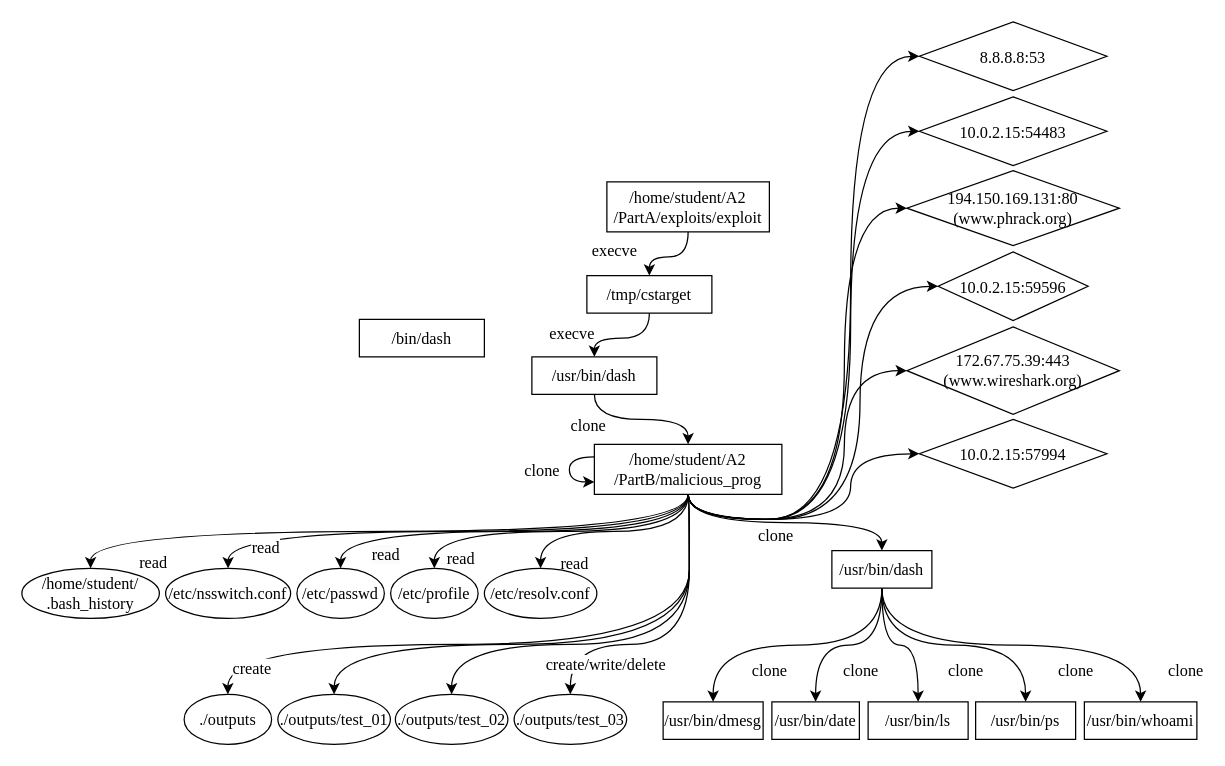
Before: syf-files/系统安全作业B.drawio in eclaircy/draw.io-repository, a draw.io diagram. Source tidied: cells renumbered, new cells numbered last; positions are measured from the earlier drawing's top-left corner, leaving out a move shared by most shapes. Both pictures are drawn from the tidied source at 125%, with x=0, y=0 at pixel (21, 21).
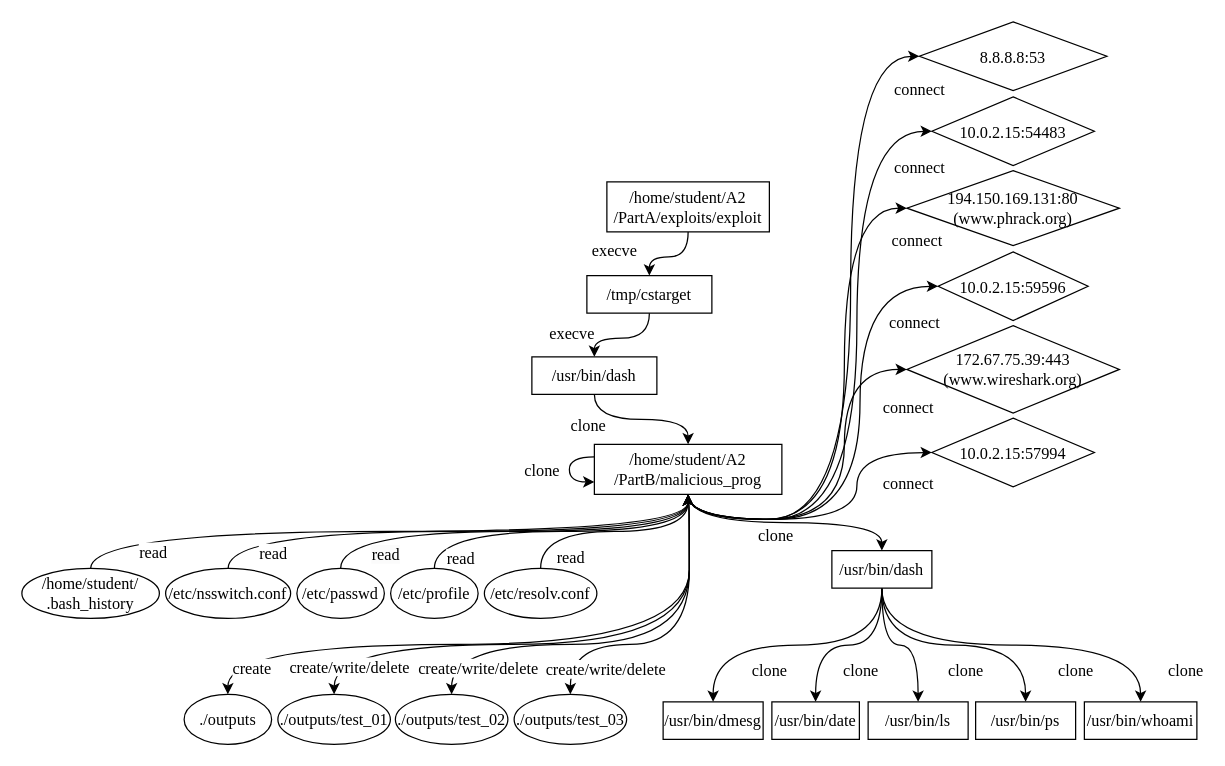
The same page after the edit.

Commit message:
更新系统安全作业B.drawio

Unchanged cells that the change refers to:
```xml
<mxCell id="2" style="edgeStyle=orthogonalEdgeStyle;rounded=0;jettySize=auto;html=1;exitX=0.5;exitY=1;exitDx=0;exitDy=0;entryX=0.5;entryY=0;entryDx=0;entryDy=0;curved=1;fontFamily=Times New Roman;fontSize=13;" parent="1" edge="1" source="26" target="38">
  <mxGeometry relative="1" as="geometry">
    <Array as="points">
      <mxPoint x="534" y="498" />
      <mxPoint x="439" y="498" />
    </Array>
  </mxGeometry>
</mxCell>
<mxCell id="16" style="edgeStyle=orthogonalEdgeStyle;rounded=0;jettySize=auto;html=1;exitX=0.5;exitY=1;exitDx=0;exitDy=0;curved=1;fontFamily=Times New Roman;fontSize=13;" parent="1" edge="1" source="26" target="37">
  <mxGeometry relative="1" as="geometry">
    <Array as="points">
      <mxPoint x="534" y="498" />
      <mxPoint x="344" y="498" />
    </Array>
  </mxGeometry>
</mxCell>
<mxCell id="17" style="edgeStyle=orthogonalEdgeStyle;rounded=0;jettySize=auto;html=1;exitX=0.5;exitY=1;exitDx=0;exitDy=0;entryX=0.5;entryY=0;entryDx=0;entryDy=0;curved=1;fontFamily=Times New Roman;fontSize=13;" parent="1" edge="1" source="26" target="27">
  <mxGeometry relative="1" as="geometry">
    <Array as="points">
      <mxPoint x="534" y="498" />
      <mxPoint x="250" y="498" />
    </Array>
  </mxGeometry>
</mxCell>
<mxCell id="20" style="edgeStyle=orthogonalEdgeStyle;rounded=0;jettySize=auto;html=1;exitX=0.5;exitY=1;exitDx=0;exitDy=0;entryX=0;entryY=0.5;entryDx=0;entryDy=0;curved=1;" parent="1" edge="1" source="26" target="62">
  <mxGeometry relative="1" as="geometry" />
</mxCell>
<mxCell id="21" style="edgeStyle=orthogonalEdgeStyle;rounded=0;jettySize=auto;html=1;exitX=0.5;exitY=1;exitDx=0;exitDy=0;entryX=0;entryY=0.5;entryDx=0;entryDy=0;curved=1;" parent="1" edge="1" source="26" target="63">
  <mxGeometry relative="1" as="geometry" />
</mxCell>
<mxCell id="22" style="edgeStyle=orthogonalEdgeStyle;rounded=0;jettySize=auto;html=1;exitX=0.5;exitY=1;exitDx=0;exitDy=0;entryX=0;entryY=0.5;entryDx=0;entryDy=0;curved=1;" parent="1" edge="1" source="26" target="64">
  <mxGeometry relative="1" as="geometry" />
</mxCell>
<mxCell id="23" style="edgeStyle=orthogonalEdgeStyle;rounded=0;jettySize=auto;html=1;exitX=0.5;exitY=1;exitDx=0;exitDy=0;entryX=0;entryY=0.5;entryDx=0;entryDy=0;curved=1;" parent="1" edge="1" source="26" target="67">
  <mxGeometry relative="1" as="geometry" />
</mxCell>
<mxCell id="24" style="edgeStyle=orthogonalEdgeStyle;rounded=0;jettySize=auto;html=1;exitX=0.5;exitY=1;exitDx=0;exitDy=0;entryX=0;entryY=0.5;entryDx=0;entryDy=0;curved=1;" parent="1" edge="1" source="26" target="68">
  <mxGeometry relative="1" as="geometry" />
</mxCell>
<mxCell id="25" style="edgeStyle=orthogonalEdgeStyle;rounded=0;jettySize=auto;html=1;exitX=0.5;exitY=1;exitDx=0;exitDy=0;entryX=0;entryY=0.5;entryDx=0;entryDy=0;curved=1;" parent="1" edge="1" source="26" target="69">
  <mxGeometry relative="1" as="geometry" />
</mxCell>
<mxCell id="26" value="&lt;font style=&quot;font-size: 13px;&quot;&gt;/home/student/A2&lt;br style=&quot;font-size: 13px;&quot;&gt;&lt;span style=&quot;background-color: initial; font-size: 13px;&quot;&gt;/PartB/&lt;/span&gt;malicious_prog&lt;/font&gt;" style="rounded=0;whiteSpace=wrap;html=1;fontFamily=Times New Roman;fontSize=13;" parent="1" vertex="1">
  <mxGeometry x="458" y="338" width="150" height="40" as="geometry" />
</mxCell>
<mxCell id="55" value="&lt;p class=&quot;MsoNormal&quot; style=&quot;font-size: 13px;&quot;&gt;&lt;span style=&quot;font-size: 13px;&quot;&gt;/etc/resolv.conf&lt;/span&gt;&lt;/p&gt;" style="ellipse;whiteSpace=wrap;html=1;fontFamily=Times New Roman;fontSize=13;" parent="1" vertex="1">
  <mxGeometry x="370" y="437.2" width="90" height="40" as="geometry" />
</mxCell>
<mxCell id="56" value="&lt;p class=&quot;MsoNormal&quot; style=&quot;font-size: 13px;&quot;&gt;&lt;span style=&quot;font-size: 13px;&quot;&gt;&lt;font style=&quot;font-size: 13px;&quot;&gt;/etc/profile&lt;/font&gt;&lt;/span&gt;&lt;/p&gt;" style="ellipse;whiteSpace=wrap;html=1;fontFamily=Times New Roman;fontSize=13;" parent="1" vertex="1">
  <mxGeometry x="295" y="437.2" width="70" height="40" as="geometry" />
</mxCell>
<mxCell id="57" value="&lt;p class=&quot;MsoNormal&quot; style=&quot;font-size: 13px;&quot;&gt;&lt;font style=&quot;font-size: 13px;&quot;&gt;&lt;span style=&quot;text-align: left; font-size: 13px;&quot;&gt;/home/student/&lt;br style=&quot;font-size: 13px;&quot;&gt;&lt;/span&gt;&lt;/font&gt;&lt;span style=&quot;background-color: initial; text-align: left; font-size: 13px;&quot;&gt;.bash_history&lt;/span&gt;&lt;/p&gt;" style="ellipse;whiteSpace=wrap;html=1;fontFamily=Times New Roman;fontSize=13;" parent="1" vertex="1">
  <mxGeometry y="437.2" width="110" height="40" as="geometry" />
</mxCell>
<mxCell id="60" value="&lt;p class=&quot;MsoNormal&quot; style=&quot;font-size: 13px;&quot;&gt;&lt;span style=&quot;font-size: 13px;&quot;&gt;&lt;font style=&quot;font-size: 13px;&quot;&gt;/etc/passwd&lt;/font&gt;&lt;/span&gt;&lt;/p&gt;" style="ellipse;whiteSpace=wrap;html=1;fontFamily=Times New Roman;fontSize=13;" parent="1" vertex="1">
  <mxGeometry x="220" y="437.2" width="70" height="40" as="geometry" />
</mxCell>
<mxCell id="61" value="&lt;p class=&quot;MsoNormal&quot; style=&quot;font-size: 13px;&quot;&gt;&lt;span style=&quot;text-align: left; font-size: 13px;&quot;&gt;&lt;font style=&quot;font-size: 13px;&quot;&gt;/etc/nsswitch.conf&lt;/font&gt;&lt;/span&gt;&lt;br style=&quot;font-size: 13px;&quot;&gt;&lt;/p&gt;" style="ellipse;whiteSpace=wrap;html=1;fontFamily=Times New Roman;fontSize=13;" parent="1" vertex="1">
  <mxGeometry x="115" y="437.2" width="100" height="40" as="geometry" />
</mxCell>
```

Diff of the diagram source:
```diff
@@
     <mxCell id="3" value="&lt;span style=&quot;font-size: 13px;&quot;&gt;create/write/delete&lt;/span&gt;" style="edgeLabel;html=1;align=center;verticalAlign=middle;fontFamily=Times New Roman;fontSize=13;" parent="2" vertex="1">
       <mxGeometry x="0.62" y="3" relative="1" as="geometry">
-        <mxPoint x="19" y="12" as="offset" />
+        <mxPoint x="19" y="16" as="offset" />
       </mxGeometry>
     </mxCell>
@@
-    <mxCell id="6" style="edgeStyle=orthogonalEdgeStyle;rounded=0;jettySize=auto;html=1;exitX=0.5;exitY=1;exitDx=0;exitDy=0;curved=1;fontFamily=Times New Roman;fontSize=13;" parent="1" edge="1" source="26" target="55">
+    <mxCell id="6" style="edgeStyle=orthogonalEdgeStyle;rounded=0;jettySize=auto;html=1;exitX=0.5;exitY=1;exitDx=0;exitDy=0;curved=1;fontFamily=Times New Roman;fontSize=13;startArrow=classic;startFill=1;endArrow=none;endFill=0;" parent="1" edge="1" source="26" target="55">
       <mxGeometry relative="1" as="geometry" />
     </mxCell>
     <mxCell id="7" value="read" style="edgeLabel;html=1;align=center;verticalAlign=middle;fontFamily=Times New Roman;fontSize=13;" parent="6" vertex="1">
       <mxGeometry x="0.55" y="9" relative="1" as="geometry">
-        <mxPoint x="16" y="16" as="offset" />
+        <mxPoint x="13" y="11" as="offset" />
       </mxGeometry>
     </mxCell>
-    <mxCell id="8" style="edgeStyle=orthogonalEdgeStyle;rounded=0;jettySize=auto;html=1;exitX=0.5;exitY=1;exitDx=0;exitDy=0;entryX=0.5;entryY=0;entryDx=0;entryDy=0;curved=1;fontFamily=Times New Roman;fontSize=13;" parent="1" edge="1" source="26" target="56">
+    <mxCell id="8" style="edgeStyle=orthogonalEdgeStyle;rounded=0;jettySize=auto;html=1;exitX=0.5;exitY=1;exitDx=0;exitDy=0;entryX=0.5;entryY=0;entryDx=0;entryDy=0;curved=1;fontFamily=Times New Roman;fontSize=13;startArrow=classic;startFill=1;endArrow=none;endFill=0;" parent="1" edge="1" source="26" target="56">
       <mxGeometry relative="1" as="geometry" />
     </mxCell>
@@
-    <mxCell id="10" style="edgeStyle=orthogonalEdgeStyle;rounded=0;jettySize=auto;html=1;exitX=0.5;exitY=1;exitDx=0;exitDy=0;curved=1;fontFamily=Times New Roman;fontSize=13;" parent="1" edge="1" source="26" target="57">
+    <mxCell id="10" style="edgeStyle=orthogonalEdgeStyle;rounded=0;jettySize=auto;html=1;exitX=0.5;exitY=1;exitDx=0;exitDy=0;curved=1;fontFamily=Times New Roman;fontSize=13;startArrow=classic;startFill=1;endArrow=none;endFill=0;" parent="1" edge="1" source="26" target="57">
       <mxGeometry relative="1" as="geometry" />
     </mxCell>
     <mxCell id="11" value="read" style="edgeLabel;html=1;align=center;verticalAlign=middle;fontFamily=Times New Roman;fontSize=13;" parent="10" vertex="1">
       <mxGeometry x="0.73" y="24" relative="1" as="geometry">
-        <mxPoint x="7" as="offset" />
+        <mxPoint x="7" y="-8" as="offset" />
       </mxGeometry>
     </mxCell>
-    <mxCell id="12" style="edgeStyle=orthogonalEdgeStyle;rounded=0;jettySize=auto;html=1;exitX=0.5;exitY=1;exitDx=0;exitDy=0;entryX=0.5;entryY=0;entryDx=0;entryDy=0;curved=1;fontFamily=Times New Roman;fontSize=13;" parent="1" edge="1" source="26" target="60">
+    <mxCell id="12" style="edgeStyle=orthogonalEdgeStyle;rounded=0;jettySize=auto;html=1;exitX=0.5;exitY=1;exitDx=0;exitDy=0;entryX=0.5;entryY=0;entryDx=0;entryDy=0;curved=1;fontFamily=Times New Roman;fontSize=13;startArrow=classic;startFill=1;endArrow=none;endFill=0;" parent="1" edge="1" source="26" target="60">
       <mxGeometry relative="1" as="geometry" />
     </mxCell>
@@
-    <mxCell id="14" style="edgeStyle=orthogonalEdgeStyle;rounded=0;jettySize=auto;html=1;exitX=0.5;exitY=1;exitDx=0;exitDy=0;entryX=0.5;entryY=0;entryDx=0;entryDy=0;curved=1;fontSize=13;fontFamily=Times New Roman;" parent="1" edge="1" source="26" target="61">
+    <mxCell id="14" style="edgeStyle=orthogonalEdgeStyle;rounded=0;jettySize=auto;html=1;exitX=0.5;exitY=1;exitDx=0;exitDy=0;entryX=0.5;entryY=0;entryDx=0;entryDy=0;curved=1;fontSize=13;fontFamily=Times New Roman;startArrow=classic;startFill=1;endArrow=none;endFill=0;" parent="1" edge="1" source="26" target="61">
       <mxGeometry relative="1" as="geometry" />
     </mxCell>
     <mxCell id="15" value="&lt;font style=&quot;font-size: 13px;&quot;&gt;read&lt;/font&gt;" style="edgeLabel;html=1;align=center;verticalAlign=middle;fontSize=13;fontFamily=Times New Roman;" parent="14" vertex="1">
       <mxGeometry x="0.93" y="1" relative="1" as="geometry">
-        <mxPoint x="28" y="-3" as="offset" />
+        <mxPoint x="34" y="2" as="offset" />
       </mxGeometry>
     </mxCell>
@@
+    <mxCell id="70" value="&lt;span style=&quot;font-family: &amp;quot;Times New Roman&amp;quot;; font-size: 13px;&quot;&gt;create/write/delete&lt;/span&gt;" style="edgeLabel;html=1;align=center;verticalAlign=middle;" parent="16" vertex="1">
+      <mxGeometry x="0.87" y="6" relative="1" as="geometry">
+        <mxPoint x="15" y="1" as="offset" />
+      </mxGeometry>
+    </mxCell>
@@
+    <mxCell id="71" value="&lt;span style=&quot;font-family: &amp;quot;Times New Roman&amp;quot;; font-size: 13px;&quot;&gt;create/write/delete&lt;/span&gt;" style="edgeLabel;html=1;align=center;verticalAlign=middle;" parent="17" vertex="1">
+      <mxGeometry x="0.9" y="14" relative="1" as="geometry">
+        <mxPoint x="-2" as="offset" />
+      </mxGeometry>
+    </mxCell>
@@
+    <mxCell id="72" value="&lt;span style=&quot;font-family: &amp;quot;Times New Roman&amp;quot;; font-size: 13px;&quot;&gt;connect&lt;/span&gt;" style="edgeLabel;html=1;align=center;verticalAlign=middle;" parent="20" vertex="1">
+      <mxGeometry x="0.81" y="-8" relative="1" as="geometry">
+        <mxPoint x="30" y="21" as="offset" />
+      </mxGeometry>
+    </mxCell>
@@
+    <mxCell id="73" value="&lt;span style=&quot;font-family: &amp;quot;Times New Roman&amp;quot;; font-size: 13px;&quot;&gt;connect&lt;/span&gt;" style="edgeLabel;html=1;align=center;verticalAlign=middle;" parent="21" vertex="1">
+      <mxGeometry x="0.56" y="-12" relative="1" as="geometry">
+        <mxPoint x="31" y="1" as="offset" />
+      </mxGeometry>
+    </mxCell>
@@
+    <mxCell id="74" value="&lt;span style=&quot;font-family: &amp;quot;Times New Roman&amp;quot;; font-size: 13px;&quot;&gt;connect&lt;/span&gt;" style="edgeLabel;html=1;align=center;verticalAlign=middle;" parent="22" vertex="1">
+      <mxGeometry x="0.66" y="-17" relative="1" as="geometry">
+        <mxPoint x="40" as="offset" />
+      </mxGeometry>
+    </mxCell>
@@
+    <mxCell id="75" value="&lt;span style=&quot;font-family: &amp;quot;Times New Roman&amp;quot;; font-size: 13px;&quot;&gt;connect&lt;/span&gt;" style="edgeLabel;html=1;align=center;verticalAlign=middle;" parent="23" vertex="1">
+      <mxGeometry x="0.68" y="-5" relative="1" as="geometry">
+        <mxPoint x="23" y="19" as="offset" />
+      </mxGeometry>
+    </mxCell>
@@
+    <mxCell id="76" value="&lt;span style=&quot;font-family: &amp;quot;Times New Roman&amp;quot;; font-size: 13px;&quot;&gt;connect&lt;/span&gt;" style="edgeLabel;html=1;align=center;verticalAlign=middle;" parent="24" vertex="1">
+      <mxGeometry x="0.68" y="-20" relative="1" as="geometry">
+        <mxPoint x="29" y="3" as="offset" />
+      </mxGeometry>
+    </mxCell>
@@
+    <mxCell id="77" value="&lt;font style=&quot;font-size: 13px;&quot; face=&quot;Times New Roman&quot;&gt;connect&lt;/font&gt;" style="edgeLabel;html=1;align=center;verticalAlign=middle;" parent="25" vertex="1">
+      <mxGeometry x="0.24" y="-4" relative="1" as="geometry">
+        <mxPoint x="50" y="-137" as="offset" />
+      </mxGeometry>
+    </mxCell>
@@
-    <mxCell id="40" value="&lt;font style=&quot;font-size: 13px;&quot;&gt;/bin/dash&lt;/font&gt;" style="rounded=0;whiteSpace=wrap;html=1;fontFamily=Times New Roman;fontSize=13;" parent="1" vertex="1">
-      <mxGeometry x="270" y="238" width="100" height="30" as="geometry" />
-    </mxCell>
@@
     <mxCell id="62" value="172.67.75.39:443&lt;br&gt;&lt;div style=&quot;font-size: 13px;&quot;&gt;&lt;font style=&quot;font-size: 13px;&quot;&gt;(www.wireshark.org)&lt;/font&gt;&lt;/div&gt;" style="rhombus;whiteSpace=wrap;html=1;fontFamily=Times New Roman;fontSize=13;" parent="1" vertex="1">
-      <mxGeometry x="708" y="244" width="170" height="70" as="geometry" />
+      <mxGeometry x="708" y="243" width="170" height="70" as="geometry" />
     </mxCell>
@@
     <mxCell id="67" value="10.0.2.15:57994" style="rhombus;whiteSpace=wrap;html=1;fontFamily=Times New Roman;fontSize=13;" parent="1" vertex="1">
-      <mxGeometry x="718" y="318" width="150" height="55" as="geometry" />
+      <mxGeometry x="728" y="317" width="130" height="55" as="geometry" />
     </mxCell>
     <mxCell id="68" value="10.0.2.15:54483" style="rhombus;whiteSpace=wrap;html=1;fontFamily=Times New Roman;fontSize=13;" parent="1" vertex="1">
-      <mxGeometry x="718" y="60" width="150" height="55" as="geometry" />
+      <mxGeometry x="728" y="60" width="130" height="55" as="geometry" />
     </mxCell>
```
